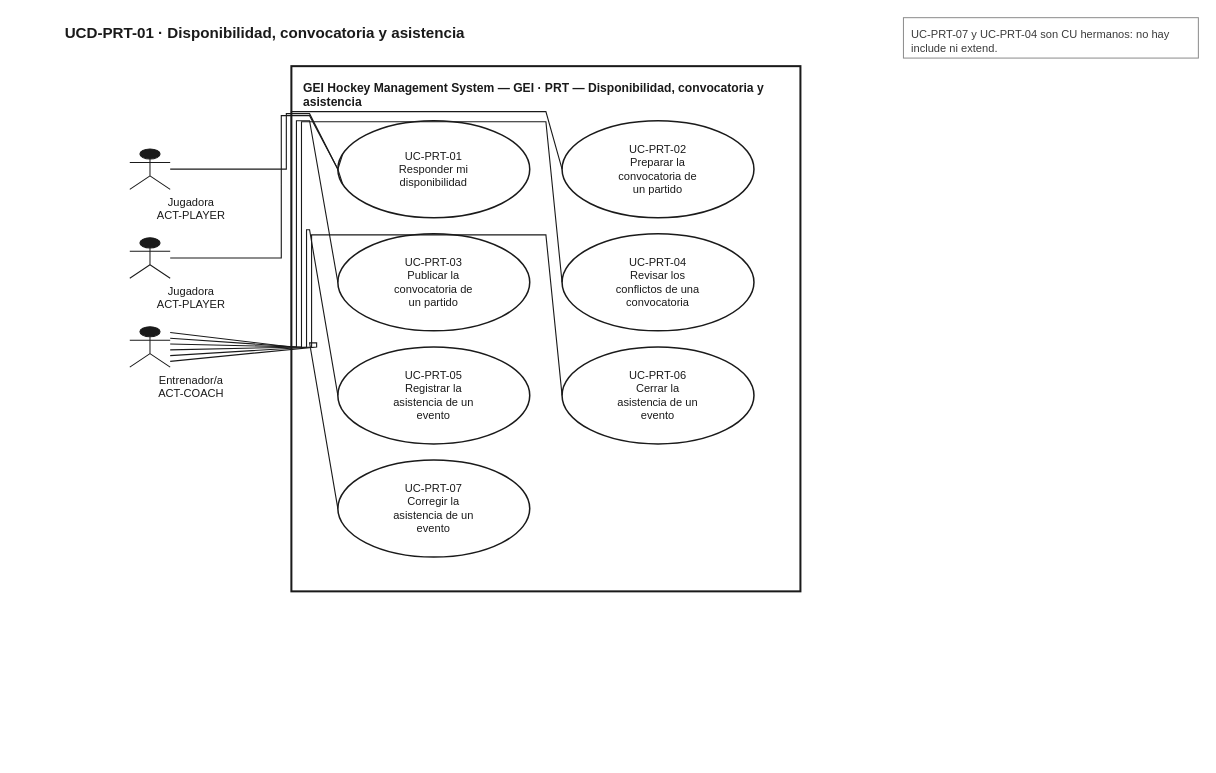
Above: docs/uml/use-cases/source-v1_1/UCD-PRT-01__GEI_Availability_Selection_Attendance.drawio in xeyroxpagode/Cluber (draw.io), before the change. Source tidied: cells renumbered, new cells numbered last; positions are measured from the earlier drawing's top-left corner, leaving out a move shared by most shapes. Both pictures are drawn from the tidied source at 101%, with x=0, y=0 at pixel (63, 17).
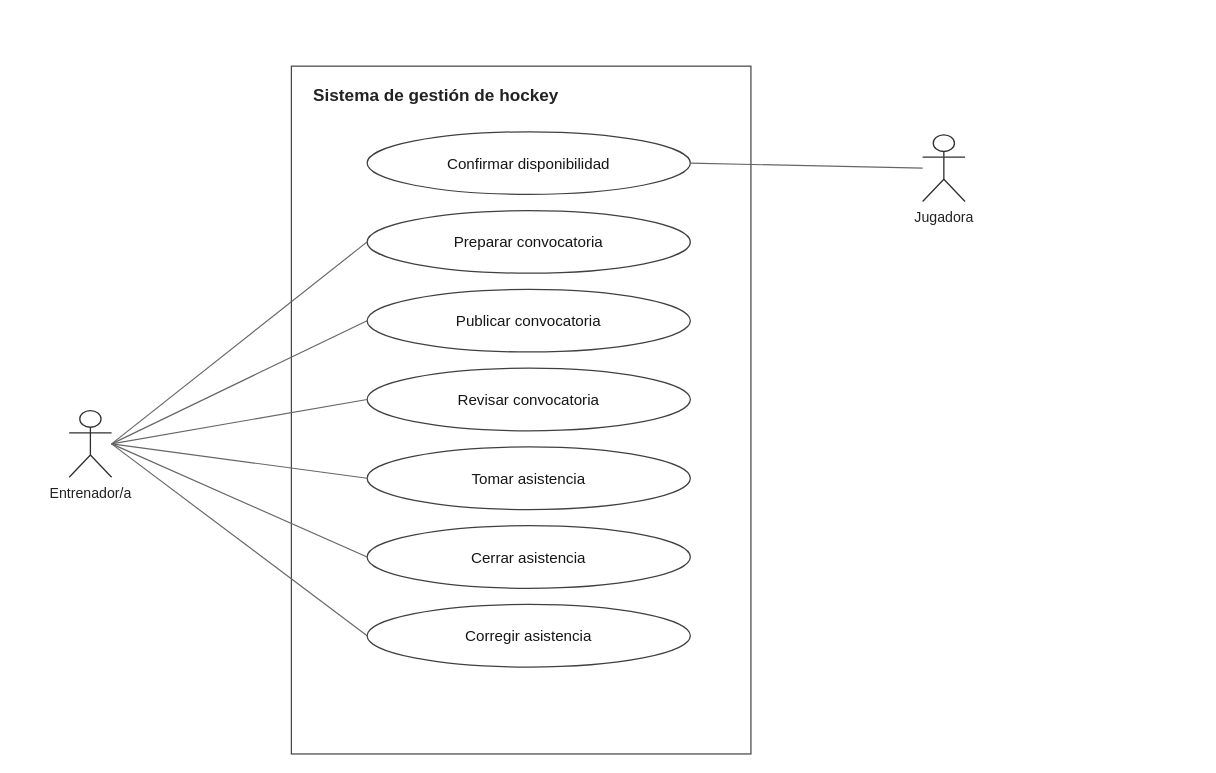
After the change.

The edit, as a diff of the source:
```diff
@@
-<mxGraphModel>
+<mxGraphModel background="#FFFFFF">
@@
-    <mxCell id="2" value="UCD-PRT-01 · Disponibilidad, convocatoria y asistencia" style="text;html=1;strokeColor=none;fillColor=none;align=left;verticalAlign=middle;fontFamily=Helvetica;fontSize=15;fontStyle=1;fontColor=#1A1A1A;" parent="1" vertex="1">
-      <mxGeometry y="2" width="800" height="26" as="geometry" />
-    </mxCell>
-    <mxCell id="3" value="GEI Hockey Management System — GEI · PRT — Disponibilidad, convocatoria y asistencia" style="rounded=0;whiteSpace=wrap;html=1;fillColor=#FFFFFF;strokeColor=#1A1A1A;strokeWidth=2;verticalAlign=top;align=left;spacingLeft=10;spacingTop=8;fontFamily=Helvetica;fontSize=12;fontStyle=1;fontColor=#1A1A1A;" parent="1" vertex="1">
-      <mxGeometry x="226" y="48" width="504" height="520" as="geometry" />
+    <mxCell id="3" value="Sistema de gestión de hockey" style="rounded=0;whiteSpace=wrap;html=1;fillColor=#FFFFFF;strokeColor=#444444;strokeWidth=1.2;fontStyle=1;fontSize=17;fontColor=#222222;align=left;verticalAlign=top;spacingLeft=20;spacingTop=13;" parent="1" vertex="1">
+      <mxGeometry x="226" y="48" width="455" height="681" as="geometry" />
     </mxCell>
-    <mxCell id="4" value="UC-PRT-01&lt;br&gt;Responder mi&lt;br&gt;disponibilidad" style="ellipse;whiteSpace=wrap;html=1;fillColor=#FFFFFF;strokeColor=#1A1A1A;strokeWidth=1.5;fontFamily=Helvetica;fontSize=11;fontColor=#1A1A1A;align=center;verticalAlign=middle;" parent="1" vertex="1">
-      <mxGeometry x="272" y="102" width="190" height="96" as="geometry" />
-    </mxCell>
-    <mxCell id="5" value="UC-PRT-02&lt;br&gt;Preparar la&lt;br&gt;convocatoria de&lt;br&gt;un partido" style="ellipse;whiteSpace=wrap;html=1;fillColor=#FFFFFF;strokeColor=#1A1A1A;strokeWidth=1.5;fontFamily=Helvetica;fontSize=11;fontColor=#1A1A1A;align=center;verticalAlign=middle;" parent="1" vertex="1">
-      <mxGeometry x="494" y="102" width="190" height="96" as="geometry" />
-    </mxCell>
-    <mxCell id="6" value="UC-PRT-03&lt;br&gt;Publicar la&lt;br&gt;convocatoria de&lt;br&gt;un partido" style="ellipse;whiteSpace=wrap;html=1;fillColor=#FFFFFF;strokeColor=#1A1A1A;strokeWidth=1.5;fontFamily=Helvetica;fontSize=11;fontColor=#1A1A1A;align=center;verticalAlign=middle;" parent="1" vertex="1">
-      <mxGeometry x="272" y="214" width="190" height="96" as="geometry" />
-    </mxCell>
-    <mxCell id="7" value="UC-PRT-04&lt;br&gt;Revisar los&lt;br&gt;conflictos de una&lt;br&gt;convocatoria" style="ellipse;whiteSpace=wrap;html=1;fillColor=#FFFFFF;strokeColor=#1A1A1A;strokeWidth=1.5;fontFamily=Helvetica;fontSize=11;fontColor=#1A1A1A;align=center;verticalAlign=middle;" parent="1" vertex="1">
-      <mxGeometry x="494" y="214" width="190" height="96" as="geometry" />
-    </mxCell>
-    <mxCell id="8" value="UC-PRT-05&lt;br&gt;Registrar la&lt;br&gt;asistencia de un&lt;br&gt;evento" style="ellipse;whiteSpace=wrap;html=1;fillColor=#FFFFFF;strokeColor=#1A1A1A;strokeWidth=1.5;fontFamily=Helvetica;fontSize=11;fontColor=#1A1A1A;align=center;verticalAlign=middle;" parent="1" vertex="1">
-      <mxGeometry x="272" y="326" width="190" height="96" as="geometry" />
-    </mxCell>
-    <mxCell id="9" value="UC-PRT-06&lt;br&gt;Cerrar la&lt;br&gt;asistencia de un&lt;br&gt;evento" style="ellipse;whiteSpace=wrap;html=1;fillColor=#FFFFFF;strokeColor=#1A1A1A;strokeWidth=1.5;fontFamily=Helvetica;fontSize=11;fontColor=#1A1A1A;align=center;verticalAlign=middle;" parent="1" vertex="1">
-      <mxGeometry x="494" y="326" width="190" height="96" as="geometry" />
-    </mxCell>
-    <mxCell id="10" value="UC-PRT-07&lt;br&gt;Corregir la&lt;br&gt;asistencia de un&lt;br&gt;evento" style="ellipse;whiteSpace=wrap;html=1;fillColor=#FFFFFF;strokeColor=#1A1A1A;strokeWidth=1.5;fontFamily=Helvetica;fontSize=11;fontColor=#1A1A1A;align=center;verticalAlign=middle;" parent="1" vertex="1">
-      <mxGeometry x="272" y="438" width="190" height="96" as="geometry" />
-    </mxCell>
-    <mxCell id="11" style="shape=umlActor;html=1;verticalLabelPosition=bottom;verticalAlign=top;align=center;labelBackgroundColor=#FFFFFF;fontFamily=Helvetica;fontSize=11;fontColor=#1A1A1A;strokeColor=#1A1A1A;fillColor=#1A1A1A;" parent="1" vertex="1">
-      <mxGeometry x="66" y="130" width="40" height="40" as="geometry" />
-    </mxCell>
-    <mxCell id="12" value="Jugadora&lt;br&gt;ACT-PLAYER" style="text;html=1;strokeColor=none;fillColor=none;align=center;verticalAlign=top;fontFamily=Helvetica;fontSize=11;fontColor=#1A1A1A;whiteSpace=wrap;" parent="1" vertex="1">
-      <mxGeometry x="42" y="170" width="170" height="28" as="geometry" />
-    </mxCell>
-    <mxCell id="13" style="shape=umlActor;html=1;verticalLabelPosition=bottom;verticalAlign=top;align=center;labelBackgroundColor=#FFFFFF;fontFamily=Helvetica;fontSize=11;fontColor=#1A1A1A;strokeColor=#1A1A1A;fillColor=#1A1A1A;" parent="1" vertex="1">
-      <mxGeometry x="66" y="218" width="40" height="40" as="geometry" />
-    </mxCell>
-    <mxCell id="14" value="Jugadora&lt;br&gt;ACT-PLAYER" style="text;html=1;strokeColor=none;fillColor=none;align=center;verticalAlign=top;fontFamily=Helvetica;fontSize=11;fontColor=#1A1A1A;whiteSpace=wrap;" parent="1" vertex="1">
-      <mxGeometry x="42" y="258" width="170" height="28" as="geometry" />
-    </mxCell>
-    <mxCell id="15" style="shape=umlActor;html=1;verticalLabelPosition=bottom;verticalAlign=top;align=center;labelBackgroundColor=#FFFFFF;fontFamily=Helvetica;fontSize=11;fontColor=#1A1A1A;strokeColor=#1A1A1A;fillColor=#1A1A1A;" parent="1" vertex="1">
-      <mxGeometry x="66" y="306" width="40" height="40" as="geometry" />
-    </mxCell>
-    <mxCell id="16" value="Entrenador/a&lt;br&gt;ACT-COACH" style="text;html=1;strokeColor=none;fillColor=none;align=center;verticalAlign=top;fontFamily=Helvetica;fontSize=11;fontColor=#1A1A1A;whiteSpace=wrap;" parent="1" vertex="1">
-      <mxGeometry x="42" y="346" width="170" height="28" as="geometry" />
-    </mxCell>
-    <mxCell id="17" value="UC-PRT-07 y UC-PRT-04 son CU hermanos: no hay&lt;br&gt;include ni extend." style="rounded=0;whiteSpace=wrap;html=1;fillColor=#FFFFFF;strokeColor=#8C8C8C;strokeWidth=1;align=left;verticalAlign=top;spacingLeft=6;spacingTop=4;fontFamily=Helvetica;fontSize=11;fontColor=#3A3A3A;" parent="1" vertex="1">
-      <mxGeometry x="832" width="292" height="40" as="geometry" />
-    </mxCell>
-    <mxCell id="18" style="endArrow=none;html=1;rounded=0;strokeColor=#1A1A1A;strokeWidth=1.1;exitX=1;exitY=0.5;exitDx=0;exitDy=0;entryX=0;entryY=0.6666666666666666;entryDx=0;entryDy=0;" parent="1" edge="1" source="13" target="4">
-      <mxGeometry relative="1" as="geometry">
-        <Array as="points">
-          <mxPoint x="216" y="238" />
-          <mxPoint x="216" y="97" />
-          <mxPoint x="244" y="97" />
-          <mxPoint x="272" y="150" />
-        </Array>
-      </mxGeometry>
-    </mxCell>
-    <mxCell id="19" style="endArrow=none;html=1;rounded=0;strokeColor=#1A1A1A;strokeWidth=1.1;exitX=1;exitY=0.5;exitDx=0;exitDy=0;entryX=0;entryY=0.3333333333333333;entryDx=0;entryDy=0;" parent="1" edge="1" source="11" target="4">
-      <mxGeometry relative="1" as="geometry">
-        <Array as="points">
-          <mxPoint x="221" y="150" />
-          <mxPoint x="221" y="95" />
-          <mxPoint x="244" y="95" />
-          <mxPoint x="272" y="150" />
-        </Array>
-      </mxGeometry>
-    </mxCell>
-    <mxCell id="20" style="endArrow=none;html=1;rounded=0;strokeColor=#1A1A1A;strokeWidth=1.1;exitX=1;exitY=0.14285714285714285;exitDx=0;exitDy=0;entryX=0;entryY=0.5;entryDx=0;entryDy=0;" parent="1" edge="1" source="15" target="5">
-      <mxGeometry relative="1" as="geometry">
-        <Array as="points">
-          <mxPoint x="226" y="326" />
-          <mxPoint x="226" y="93" />
-          <mxPoint x="478" y="93" />
-          <mxPoint x="494" y="150" />
-        </Array>
-      </mxGeometry>
-    </mxCell>
-    <mxCell id="21" style="endArrow=none;html=1;rounded=0;strokeColor=#1A1A1A;strokeWidth=1.1;exitX=1;exitY=0.2857142857142857;exitDx=0;exitDy=0;entryX=0;entryY=0.5;entryDx=0;entryDy=0;" parent="1" edge="1" source="15" target="6">
-      <mxGeometry relative="1" as="geometry">
-        <Array as="points">
-          <mxPoint x="231" y="326" />
-          <mxPoint x="231" y="102" />
-          <mxPoint x="244" y="102" />
-          <mxPoint x="272" y="262" />
-        </Array>
-      </mxGeometry>
-    </mxCell>
-    <mxCell id="22" style="endArrow=none;html=1;rounded=0;strokeColor=#1A1A1A;strokeWidth=1.1;exitX=1;exitY=0.42857142857142855;exitDx=0;exitDy=0;entryX=0;entryY=0.5;entryDx=0;entryDy=0;" parent="1" edge="1" source="15" target="7">
-      <mxGeometry relative="1" as="geometry">
-        <Array as="points">
-          <mxPoint x="236" y="326" />
-          <mxPoint x="236" y="103" />
-          <mxPoint x="478" y="103" />
-          <mxPoint x="494" y="262" />
-        </Array>
-      </mxGeometry>
-    </mxCell>
-    <mxCell id="23" style="endArrow=none;html=1;rounded=0;strokeColor=#1A1A1A;strokeWidth=1.1;exitX=1;exitY=0.5714285714285714;exitDx=0;exitDy=0;entryX=0;entryY=0.5;entryDx=0;entryDy=0;" parent="1" edge="1" source="15" target="8">
-      <mxGeometry relative="1" as="geometry">
-        <Array as="points">
-          <mxPoint x="241" y="326" />
-          <mxPoint x="241" y="210" />
-          <mxPoint x="244" y="210" />
-          <mxPoint x="272" y="374" />
-        </Array>
-      </mxGeometry>
-    </mxCell>
-    <mxCell id="24" style="endArrow=none;html=1;rounded=0;strokeColor=#1A1A1A;strokeWidth=1.1;exitX=1;exitY=0.7142857142857143;exitDx=0;exitDy=0;entryX=0;entryY=0.5;entryDx=0;entryDy=0;" parent="1" edge="1" source="15" target="9">
-      <mxGeometry relative="1" as="geometry">
-        <Array as="points">
-          <mxPoint x="246" y="326" />
-          <mxPoint x="246" y="215" />
-          <mxPoint x="478" y="215" />
-          <mxPoint x="494" y="374" />
-        </Array>
-      </mxGeometry>
-    </mxCell>
-    <mxCell id="25" style="endArrow=none;html=1;rounded=0;strokeColor=#1A1A1A;strokeWidth=1.1;exitX=1;exitY=0.8571428571428571;exitDx=0;exitDy=0;entryX=0;entryY=0.5;entryDx=0;entryDy=0;" parent="1" edge="1" source="15" target="10">
-      <mxGeometry relative="1" as="geometry">
-        <Array as="points">
-          <mxPoint x="251" y="326" />
-          <mxPoint x="251" y="322" />
-          <mxPoint x="244" y="322" />
-          <mxPoint x="272" y="486" />
-        </Array>
-      </mxGeometry>
-    </mxCell>
+    <mxCell id="26" value="Confirmar disponibilidad" style="ellipse;html=1;whiteSpace=wrap;fillColor=#FFFFFF;strokeColor=#404040;strokeWidth=1.25;fontColor=#161616;fontSize=15;align=center;verticalAlign=middle;spacing=10;" parent="1" vertex="1">
+      <mxGeometry x="301" y="113" width="320" height="62" as="geometry" />
+    </mxCell>
+    <mxCell id="27" value="Preparar convocatoria" style="ellipse;html=1;whiteSpace=wrap;fillColor=#FFFFFF;strokeColor=#404040;strokeWidth=1.25;fontColor=#161616;fontSize=15;align=center;verticalAlign=middle;spacing=10;" parent="1" vertex="1">
+      <mxGeometry x="301" y="191" width="320" height="62" as="geometry" />
+    </mxCell>
+    <mxCell id="28" value="Publicar convocatoria" style="ellipse;html=1;whiteSpace=wrap;fillColor=#FFFFFF;strokeColor=#404040;strokeWidth=1.25;fontColor=#161616;fontSize=15;align=center;verticalAlign=middle;spacing=10;" parent="1" vertex="1">
+      <mxGeometry x="301" y="269" width="320" height="62" as="geometry" />
+    </mxCell>
+    <mxCell id="29" value="Revisar convocatoria" style="ellipse;html=1;whiteSpace=wrap;fillColor=#FFFFFF;strokeColor=#404040;strokeWidth=1.25;fontColor=#161616;fontSize=15;align=center;verticalAlign=middle;spacing=10;" parent="1" vertex="1">
+      <mxGeometry x="301" y="347" width="320" height="62" as="geometry" />
+    </mxCell>
+    <mxCell id="30" value="Tomar asistencia" style="ellipse;html=1;whiteSpace=wrap;fillColor=#FFFFFF;strokeColor=#404040;strokeWidth=1.25;fontColor=#161616;fontSize=15;align=center;verticalAlign=middle;spacing=10;" parent="1" vertex="1">
+      <mxGeometry x="301" y="425" width="320" height="62" as="geometry" />
+    </mxCell>
+    <mxCell id="31" value="Cerrar asistencia" style="ellipse;html=1;whiteSpace=wrap;fillColor=#FFFFFF;strokeColor=#404040;strokeWidth=1.25;fontColor=#161616;fontSize=15;align=center;verticalAlign=middle;spacing=10;" parent="1" vertex="1">
+      <mxGeometry x="301" y="503" width="320" height="62" as="geometry" />
+    </mxCell>
+    <mxCell id="32" value="Corregir asistencia" style="ellipse;html=1;whiteSpace=wrap;fillColor=#FFFFFF;strokeColor=#404040;strokeWidth=1.25;fontColor=#161616;fontSize=15;align=center;verticalAlign=middle;spacing=10;" parent="1" vertex="1">
+      <mxGeometry x="301" y="581" width="320" height="62" as="geometry" />
+    </mxCell>
+    <mxCell id="33" style="shape=umlActor;html=1;strokeColor=#303030;strokeWidth=1.3;fillColor=#FFFFFF;" parent="1" vertex="1">
+      <mxGeometry x="6" y="389" width="42" height="66" as="geometry" />
+    </mxCell>
+    <mxCell id="34" value="Entrenador/a" style="text;html=1;whiteSpace=wrap;align=center;verticalAlign=top;fontSize=14;fontColor=#222222;fillColor=none;strokeColor=none;" parent="1" vertex="1">
+      <mxGeometry x="-45" y="456" width="145" height="44" as="geometry" />
+    </mxCell>
+    <mxCell id="35" style="shape=umlActor;html=1;strokeColor=#303030;strokeWidth=1.3;fillColor=#FFFFFF;" parent="1" vertex="1">
+      <mxGeometry x="851" y="116" width="42" height="66" as="geometry" />
+    </mxCell>
+    <mxCell id="36" value="Jugadora" style="text;html=1;whiteSpace=wrap;align=center;verticalAlign=top;fontSize=14;fontColor=#222222;fillColor=none;strokeColor=none;" parent="1" vertex="1">
+      <mxGeometry x="800" y="183" width="145" height="44" as="geometry" />
+    </mxCell>
+    <mxCell id="37" style="endArrow=none;startArrow=none;html=1;strokeColor=#666666;strokeWidth=1.15;rounded=0;edgeStyle=none;exitX=1;exitY=0.5;entryX=0;entryY=0.5;" parent="1" edge="1" source="33" target="27">
+      <mxGeometry relative="1" as="geometry" />
+    </mxCell>
+    <mxCell id="38" style="endArrow=none;startArrow=none;html=1;strokeColor=#666666;strokeWidth=1.15;rounded=0;edgeStyle=none;exitX=1;exitY=0.5;entryX=0;entryY=0.5;" parent="1" edge="1" source="33" target="28">
+      <mxGeometry relative="1" as="geometry" />
+    </mxCell>
+    <mxCell id="39" style="endArrow=none;startArrow=none;html=1;strokeColor=#666666;strokeWidth=1.15;rounded=0;edgeStyle=none;exitX=1;exitY=0.5;entryX=0;entryY=0.5;" parent="1" edge="1" source="33" target="29">
+      <mxGeometry relative="1" as="geometry" />
+    </mxCell>
+    <mxCell id="40" style="endArrow=none;startArrow=none;html=1;strokeColor=#666666;strokeWidth=1.15;rounded=0;edgeStyle=none;exitX=1;exitY=0.5;entryX=0;entryY=0.5;" parent="1" edge="1" source="33" target="30">
+      <mxGeometry relative="1" as="geometry" />
+    </mxCell>
+    <mxCell id="41" style="endArrow=none;startArrow=none;html=1;strokeColor=#666666;strokeWidth=1.15;rounded=0;edgeStyle=none;exitX=1;exitY=0.5;entryX=0;entryY=0.5;" parent="1" edge="1" source="33" target="31">
+      <mxGeometry relative="1" as="geometry" />
+    </mxCell>
+    <mxCell id="42" style="endArrow=none;startArrow=none;html=1;strokeColor=#666666;strokeWidth=1.15;rounded=0;edgeStyle=none;exitX=1;exitY=0.5;entryX=0;entryY=0.5;" parent="1" edge="1" source="33" target="32">
+      <mxGeometry relative="1" as="geometry" />
+    </mxCell>
+    <mxCell id="43" style="endArrow=none;startArrow=none;html=1;strokeColor=#666666;strokeWidth=1.15;rounded=0;edgeStyle=none;exitX=0;exitY=0.5;entryX=1;entryY=0.5;" parent="1" edge="1" source="35" target="26">
+      <mxGeometry relative="1" as="geometry" />
+    </mxCell>
```
